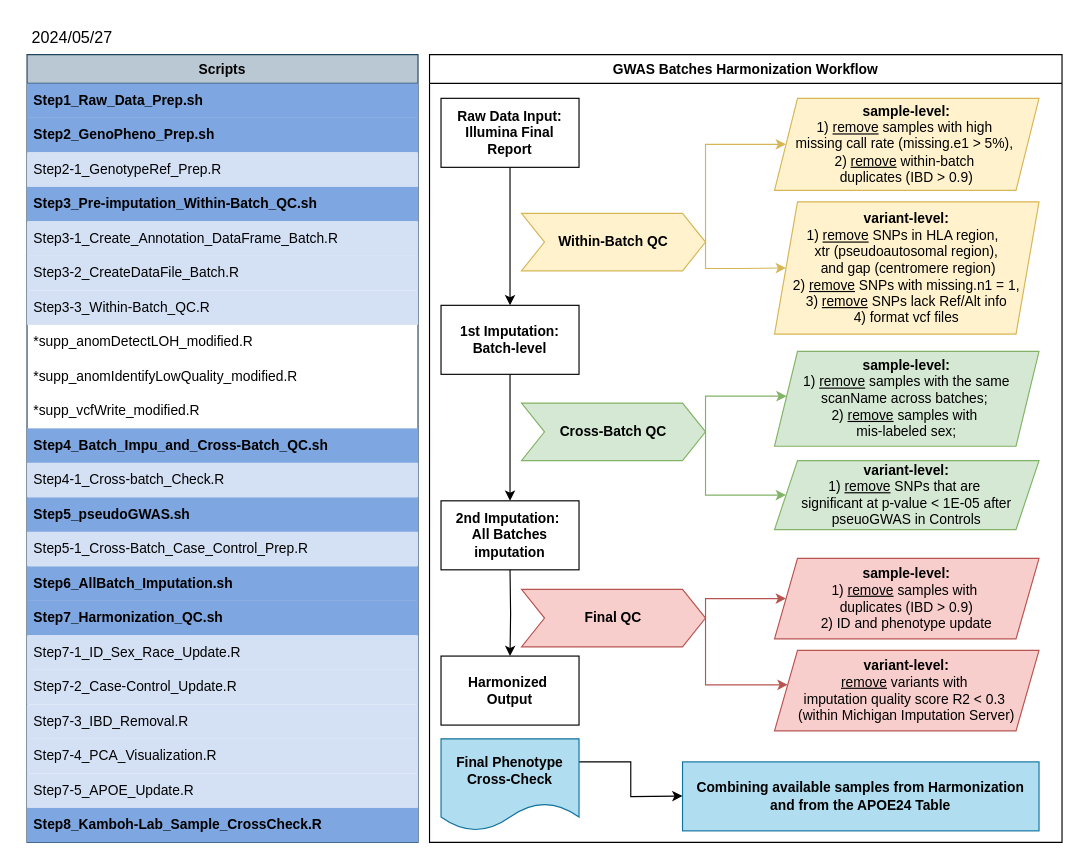
Before: GWAS_Harmonization/Harmonization_scripts_for_BackUp/GWAS-Harmonization-flowchart.drawio in ryshi06/GWAS, a draw.io diagram. Source tidied: cells renumbered, new cells numbered last; positions are measured from the earlier drawing's top-left corner, leaving out a move shared by most shapes. Both pictures are drawn from the tidied source at 115%, with x=0, y=0 at pixel (20, 20).
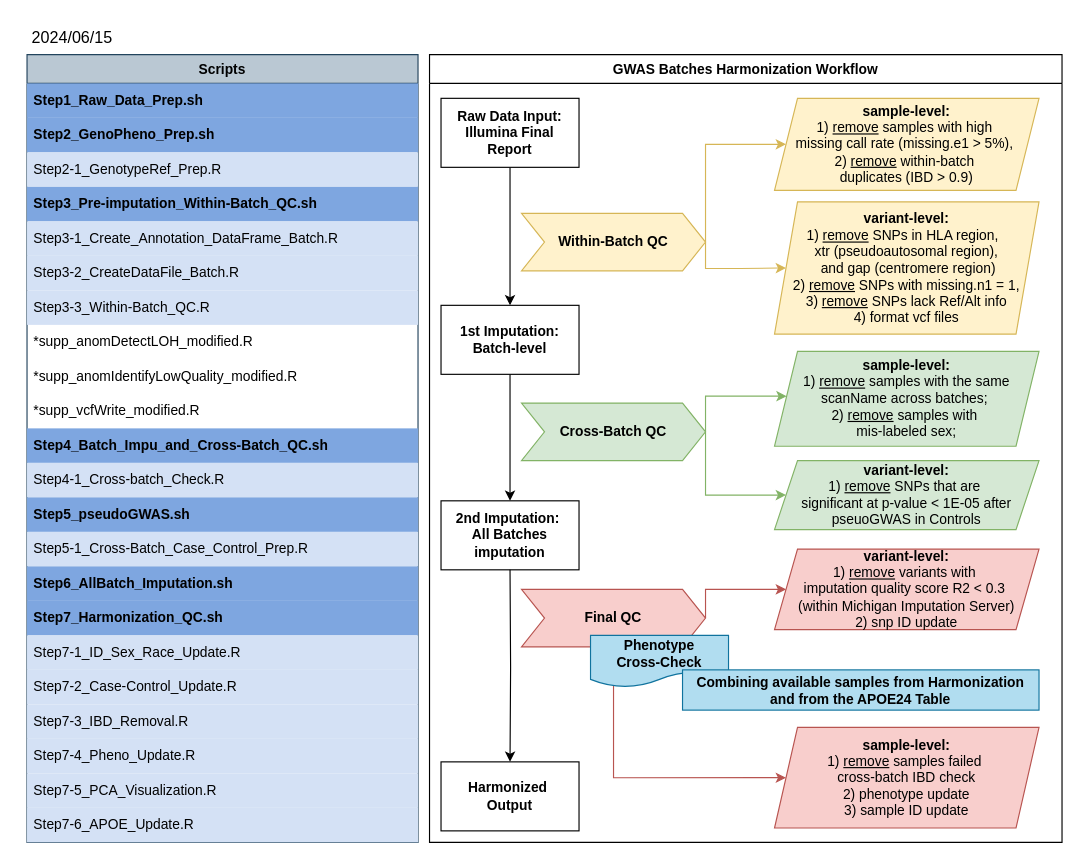
The same page after the edit.

Unchanged cells that the change refers to:
```xml
<mxCell id="2" value="&lt;b&gt;Scripts&lt;/b&gt;" style="swimlane;fontStyle=0;horizontal=1;startSize=25;whiteSpace=wrap;html=1;fillColor=#bac8d3;strokeColor=#23445d;" parent="1" vertex="1">
  <mxGeometry x="6" y="30" width="340" height="685" as="geometry" />
</mxCell>
<mxCell id="32" value="&lt;b style=&quot;text-wrap: nowrap;&quot;&gt;GWAS Batches Harmonization Workflow&lt;/b&gt;" style="swimlane;whiteSpace=wrap;html=1;startSize=25;" parent="1" vertex="1">
  <mxGeometry x="356" y="30" width="550" height="685" as="geometry" />
</mxCell>
<mxCell id="37" value="&lt;b style=&quot;text-align: left;&quot;&gt;Final QC&lt;/b&gt;" style="shape=step;perimeter=stepPerimeter;whiteSpace=wrap;html=1;fixedSize=1;fillColor=#f8cecc;strokeColor=#b85450;" parent="32" vertex="1">
  <mxGeometry x="80" y="465" width="160" height="50" as="geometry" />
</mxCell>
```

Diff of the diagram source:
```diff
@@
+    <mxCell id="24" value="Step7-4_Pheno_Update.R" style="text;strokeColor=none;fillColor=#D4E1F5;align=left;verticalAlign=middle;spacingLeft=4;spacingRight=4;overflow=hidden;whiteSpace=wrap;html=1;fontStyle=0;" parent="2" vertex="1">
+      <mxGeometry y="595" width="340" height="30" as="geometry" />
+    </mxCell>
-    <mxCell id="22" value="Step7-4_PCA_Visualization.R" style="text;strokeColor=none;fillColor=#D4E1F5;align=left;verticalAlign=middle;spacingLeft=4;spacingRight=4;overflow=hidden;whiteSpace=wrap;html=1;" parent="2" vertex="1">
-      <mxGeometry y="595" width="340" height="30" as="geometry" />
+    <mxCell id="22" value="Step7-5_PCA_Visualization.R" style="text;strokeColor=none;fillColor=#D4E1F5;align=left;verticalAlign=middle;spacingLeft=4;spacingRight=4;overflow=hidden;whiteSpace=wrap;html=1;" parent="2" vertex="1">
+      <mxGeometry y="625" width="340" height="30" as="geometry" />
     </mxCell>
-    <mxCell id="23" value="Step7-5_APOE_Update.R" style="text;strokeColor=none;fillColor=#D4E1F5;align=left;verticalAlign=middle;spacingLeft=4;spacingRight=4;overflow=hidden;whiteSpace=wrap;html=1;" parent="2" vertex="1">
-      <mxGeometry y="625" width="340" height="30" as="geometry" />
+    <mxCell id="23" value="Step7-6_APOE_Update.R" style="text;strokeColor=none;fillColor=#D4E1F5;align=left;verticalAlign=middle;spacingLeft=4;spacingRight=4;overflow=hidden;whiteSpace=wrap;html=1;" parent="2" vertex="1">
+      <mxGeometry y="655" width="340" height="30" as="geometry" />
     </mxCell>
-    <mxCell id="24" value="Step8_Kamboh-Lab_Sample_CrossCheck.R" style="text;strokeColor=none;fillColor=#7EA6E0;align=left;verticalAlign=middle;spacingLeft=4;spacingRight=4;overflow=hidden;whiteSpace=wrap;html=1;fontStyle=1;" parent="2" vertex="1">
-      <mxGeometry y="655" width="340" height="30" as="geometry" />
-    </mxCell>
@@
-    <mxCell id="33" value="&lt;b&gt;sample-level:&lt;/b&gt;&lt;div&gt;&lt;div&gt;1) &lt;u&gt;remove&lt;/u&gt; samples with&amp;nbsp;&lt;/div&gt;&lt;div&gt;duplicates (IBD &amp;gt; 0.9)&lt;/div&gt;&lt;/div&gt;&lt;div&gt;2) ID and phenotype update&lt;/div&gt;" style="shape=parallelogram;perimeter=parallelogramPerimeter;whiteSpace=wrap;html=1;fixedSize=1;fillColor=#f8cecc;strokeColor=#b85450;" parent="32" vertex="1">
-      <mxGeometry x="300" y="438" width="230" height="70" as="geometry" />
-    </mxCell>
-    <mxCell id="34" value="&lt;b&gt;variant-level:&lt;/b&gt;&lt;div&gt;&lt;div&gt;&lt;u&gt;remove&lt;/u&gt;&amp;nbsp;variants with&amp;nbsp;&lt;/div&gt;&lt;div&gt;imputation quality score R2 &amp;lt; 0.3&amp;nbsp;&lt;/div&gt;&lt;div&gt;(within Michigan Imputation Server)&lt;/div&gt;&lt;/div&gt;" style="shape=parallelogram;perimeter=parallelogramPerimeter;whiteSpace=wrap;html=1;fixedSize=1;fillColor=#f8cecc;strokeColor=#b85450;" parent="32" vertex="1">
-      <mxGeometry x="300" y="518" width="230" height="70" as="geometry" />
+    <mxCell id="34" value="&lt;b&gt;variant-level:&lt;/b&gt;&lt;div&gt;&lt;div&gt;1) &lt;u&gt;remove&lt;/u&gt;&amp;nbsp;variants with&amp;nbsp;&lt;/div&gt;&lt;div&gt;imputation quality score R2 &amp;lt; 0.3&amp;nbsp;&lt;/div&gt;&lt;div&gt;(within Michigan Imputation Server)&lt;/div&gt;&lt;/div&gt;&lt;div&gt;2) snp ID update&lt;/div&gt;" style="shape=parallelogram;perimeter=parallelogramPerimeter;whiteSpace=wrap;html=1;fixedSize=1;fillColor=#f8cecc;strokeColor=#b85450;" parent="32" vertex="1">
+      <mxGeometry x="300" y="430" width="230" height="70" as="geometry" />
     </mxCell>
     <mxCell id="35" style="edgeStyle=orthogonalEdgeStyle;rounded=0;jettySize=auto;html=1;exitX=1;exitY=0.5;exitDx=0;exitDy=0;fillColor=#f8cecc;strokeColor=#b85450;" parent="32" edge="1" source="37" target="34">
       <mxGeometry relative="1" as="geometry">
         <Array as="points">
-          <mxPoint x="240" y="548" />
+          <mxPoint x="240" y="465" />
         </Array>
       </mxGeometry>
     </mxCell>
-    <mxCell id="36" style="edgeStyle=orthogonalEdgeStyle;rounded=0;jettySize=auto;html=1;exitX=1;exitY=0.5;exitDx=0;exitDy=0;entryX=0;entryY=0.5;entryDx=0;entryDy=0;fillColor=#f8cecc;strokeColor=#b85450;" parent="32" edge="1" source="37" target="33">
+    <mxCell id="36" style="edgeStyle=orthogonalEdgeStyle;rounded=0;jettySize=auto;html=1;entryX=0;entryY=0.5;entryDx=0;entryDy=0;fillColor=#f8cecc;strokeColor=#b85450;" parent="32" edge="1" source="37" target="33">
       <mxGeometry relative="1" as="geometry">
         <Array as="points">
-          <mxPoint x="240" y="473" />
+          <mxPoint x="160" y="629" />
         </Array>
       </mxGeometry>
     </mxCell>
@@
     <mxCell id="38" value="&lt;div style=&quot;&quot;&gt;&lt;span style=&quot;font-weight: 700; text-align: left;&quot;&gt;Harmonized&amp;nbsp;&lt;/span&gt;&lt;/div&gt;&lt;div style=&quot;&quot;&gt;&lt;span style=&quot;font-weight: 700; text-align: left;&quot;&gt;Output&lt;/span&gt;&lt;br&gt;&lt;/div&gt;" style="rounded=0;whiteSpace=wrap;html=1;" parent="32" vertex="1">
-      <mxGeometry x="10" y="523" width="120" height="60" as="geometry" />
+      <mxGeometry x="10" y="615" width="120" height="60" as="geometry" />
     </mxCell>
@@
-    <mxCell id="48" style="edgeStyle=orthogonalEdgeStyle;rounded=0;jettySize=auto;html=1;exitX=1;exitY=0.25;exitDx=0;exitDy=0;" parent="32" edge="1" source="50">
-      <mxGeometry relative="1" as="geometry">
-        <mxPoint x="220" y="644.7" as="targetPoint" />
-      </mxGeometry>
-    </mxCell>
+    <mxCell id="50" value="&lt;div&gt;&lt;b&gt;Phenotype&lt;/b&gt;&lt;/div&gt;&lt;div&gt;&lt;b&gt;Cross-Check&lt;/b&gt;&lt;/div&gt;" style="shape=document;whiteSpace=wrap;html=1;boundedLbl=1;fillColor=#b1ddf0;strokeColor=#10739e;" parent="32" vertex="1">
+      <mxGeometry x="140" y="505" width="120" height="45" as="geometry" />
+    </mxCell>
     <mxCell id="49" value="&lt;div style=&quot;&quot;&gt;&lt;b&gt;Combining available samples from Harmonization and from the APOE24 Table&lt;/b&gt;&lt;/div&gt;" style="rounded=0;whiteSpace=wrap;html=1;align=center;fillColor=#b1ddf0;strokeColor=#10739e;" parent="32" vertex="1">
-      <mxGeometry x="220" y="615" width="310" height="60" as="geometry" />
+      <mxGeometry x="220" y="535" width="310" height="35" as="geometry" />
     </mxCell>
-    <mxCell id="50" value="&lt;div&gt;&lt;b&gt;Final Phenotype&lt;/b&gt;&lt;/div&gt;&lt;div&gt;&lt;b&gt;Cross-Check&lt;/b&gt;&lt;/div&gt;" style="shape=document;whiteSpace=wrap;html=1;boundedLbl=1;fillColor=#b1ddf0;strokeColor=#10739e;" parent="32" vertex="1">
-      <mxGeometry x="10" y="595" width="120" height="80" as="geometry" />
-    </mxCell>
+    <mxCell id="33" value="&lt;b&gt;sample-level:&lt;/b&gt;&lt;div&gt;&lt;div&gt;1) &lt;u&gt;remove&lt;/u&gt; samples failed&amp;nbsp;&lt;/div&gt;&lt;div&gt;cross-batch IBD check&lt;/div&gt;&lt;/div&gt;&lt;div&gt;2) phenotype update&lt;/div&gt;&lt;div&gt;3) sample ID update&lt;/div&gt;" style="shape=parallelogram;perimeter=parallelogramPerimeter;whiteSpace=wrap;html=1;fixedSize=1;fillColor=#f8cecc;strokeColor=#b85450;" parent="32" vertex="1">
+      <mxGeometry x="300" y="585" width="230" height="87.5" as="geometry" />
+    </mxCell>
-    <mxCell id="51" value="&lt;font style=&quot;font-size: 14px;&quot;&gt;2024/05/27&lt;/font&gt;" style="text;html=1;align=center;verticalAlign=middle;strokeColor=none;fillColor=none;" parent="1" vertex="1">
+    <mxCell id="51" value="&lt;font style=&quot;font-size: 14px;&quot;&gt;2024/06/15&lt;/font&gt;" style="text;html=1;align=center;verticalAlign=middle;strokeColor=none;fillColor=none;" parent="1" vertex="1">
       <mxGeometry width="90" height="30" as="geometry" />
     </mxCell>
```
